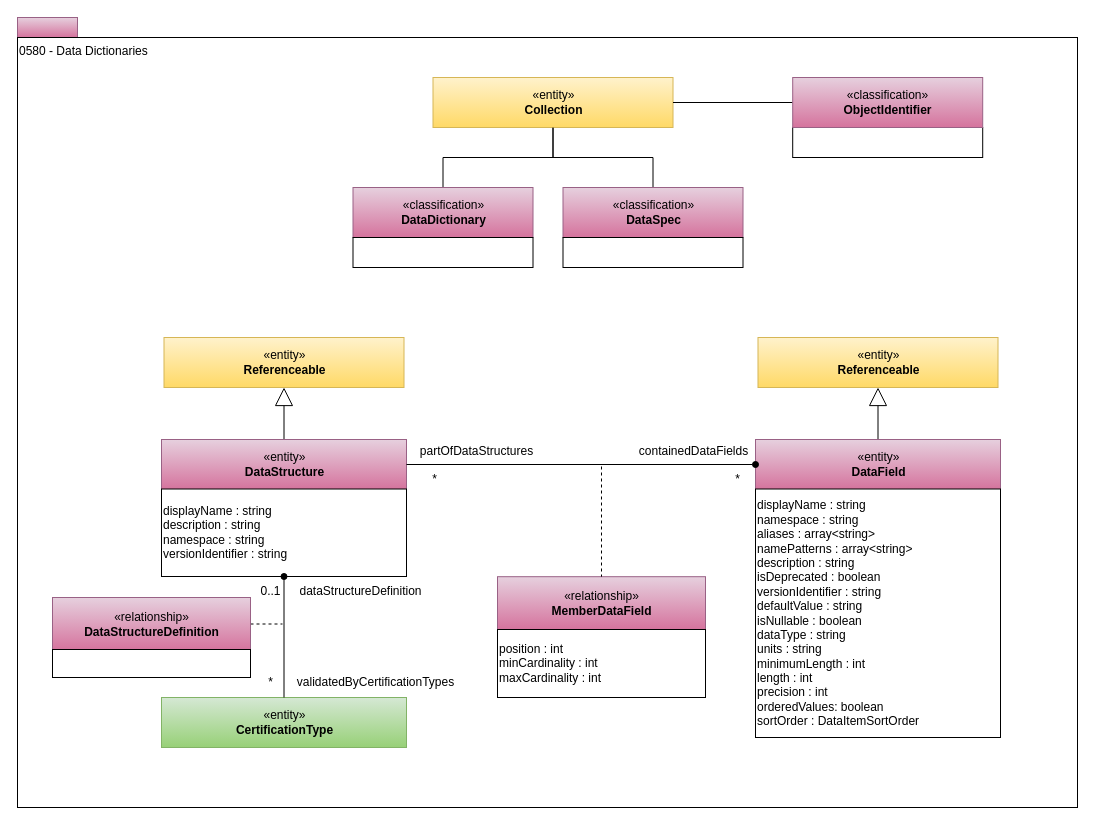
This is page "0580-Data-Dictionaries" (34 of 36) of site/docs/types/5/area-5-models-and-schema.drawio from odpi/egeria-docs, a draw.io file, before an edit. Source tidied: cells renumbered, new cells numbered last; positions are measured from the earlier drawing's top-left corner, leaving out a move shared by most shapes. Both pictures are drawn from the tidied source at 100%, with x=0, y=0 at pixel (17, 17).
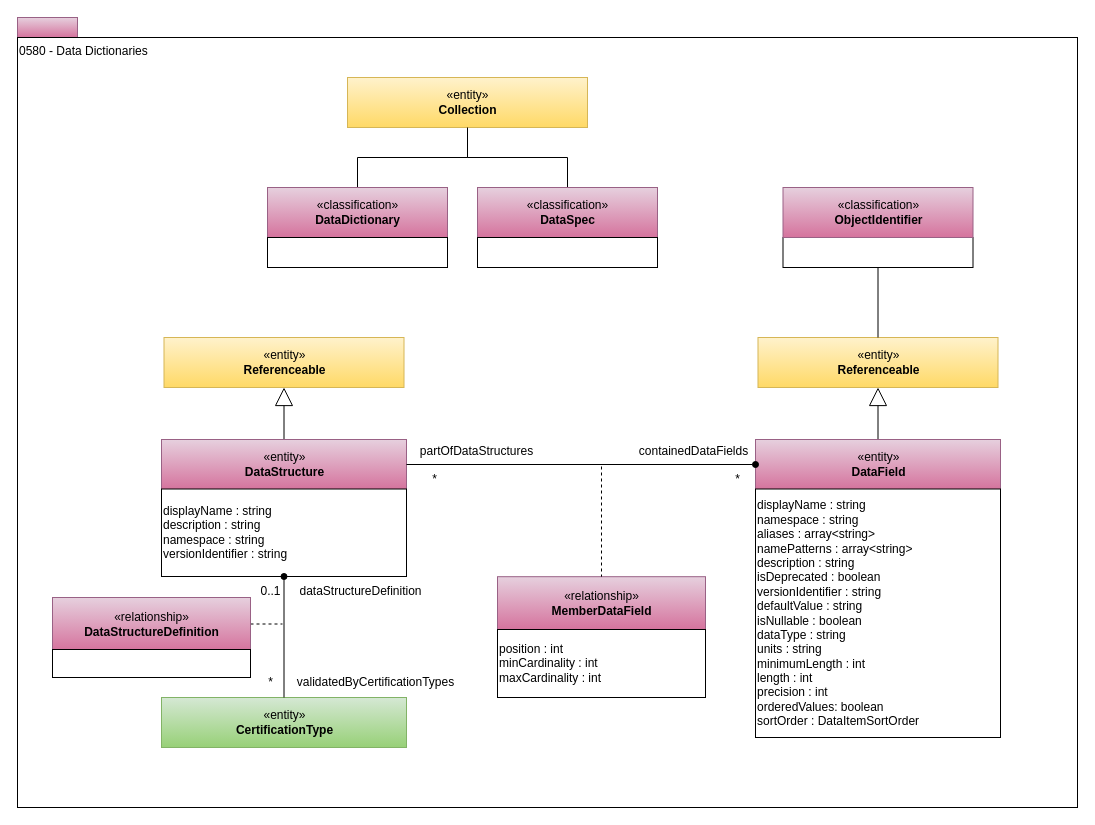
After the change.

Unchanged cells that the change refers to:
```xml
<mxCell id="15" value="«entity»&lt;br&gt;&lt;b&gt;Referenceable&lt;/b&gt;" style="html=1;strokeColor=#d6b656;align=center;fillColor=#fff2cc;gradientColor=#ffd966;" parent="1" vertex="1">
  <mxGeometry x="740.5" y="320" width="240" height="50" as="geometry" />
</mxCell>
```

Change to the diagram source:
```diff
@@
     <mxCell id="9" value="«entity»&lt;br&gt;&lt;b&gt;Collection&lt;/b&gt;" style="html=1;strokeColor=#d6b656;align=center;fillColor=#fff2cc;gradientColor=#ffd966;" parent="1" vertex="1">
-      <mxGeometry x="415.5" y="60" width="240" height="50" as="geometry" />
+      <mxGeometry x="330" y="60" width="240" height="50" as="geometry" />
     </mxCell>
     <mxCell id="10" value="«classification»&lt;br&gt;&lt;b&gt;DataSpec&lt;/b&gt;" style="html=1;strokeColor=#996185;align=center;fillColor=#e6d0de;gradientColor=#d5739d;" parent="1" vertex="1">
-      <mxGeometry x="545.5" y="170" width="180" height="50" as="geometry" />
+      <mxGeometry x="460" y="170" width="180" height="50" as="geometry" />
     </mxCell>
     <mxCell id="11" style="rounded=0;whiteSpace=wrap;html=1;align=left;" parent="1" vertex="1">
-      <mxGeometry x="545.5" y="220" width="180" height="30" as="geometry" />
+      <mxGeometry x="460" y="220" width="180" height="30" as="geometry" />
     </mxCell>
@@
     <mxCell id="17" value="«classification»&lt;br&gt;&lt;b&gt;DataDictionary&lt;/b&gt;" style="html=1;strokeColor=#996185;align=center;fillColor=#e6d0de;gradientColor=#d5739d;" parent="1" vertex="1">
-      <mxGeometry x="335.5" y="170" width="180" height="50" as="geometry" />
+      <mxGeometry x="250" y="170" width="180" height="50" as="geometry" />
     </mxCell>
     <mxCell id="18" style="rounded=0;whiteSpace=wrap;html=1;align=left;" parent="1" vertex="1">
-      <mxGeometry x="335.5" y="220" width="180" height="30" as="geometry" />
+      <mxGeometry x="250" y="220" width="180" height="30" as="geometry" />
     </mxCell>
@@
     <mxCell id="27" value="&lt;br&gt;&lt;div style=&quot;text-align: left&quot;&gt;&lt;/div&gt;" style="rounded=0;whiteSpace=wrap;html=1;strokeColor=#000000;gradientColor=#ffffff;align=left;" parent="1" vertex="1">
-      <mxGeometry x="775.2" y="110" width="190" height="30" as="geometry" />
+      <mxGeometry x="765.5" y="220" width="190" height="30" as="geometry" />
     </mxCell>
-    <mxCell id="28" style="rounded=0;jettySize=auto;html=1;endArrow=none;endFill=0;entryX=1;entryY=0.5;entryDx=0;entryDy=0;exitX=0;exitY=0.5;exitDx=0;exitDy=0;" parent="1" edge="1" source="29" target="9">
+    <mxCell id="28" style="rounded=0;jettySize=auto;html=1;endArrow=none;endFill=0;entryX=0.5;entryY=0;entryDx=0;entryDy=0;exitX=0.5;exitY=1;exitDx=0;exitDy=0;" parent="1" edge="1" source="27" target="15">
       <mxGeometry relative="1" as="geometry" />
     </mxCell>
     <mxCell id="29" value="«classification»&lt;br&gt;&lt;b&gt;ObjectIdentifier&lt;/b&gt;" style="html=1;strokeColor=#996185;align=center;fillColor=#e6d0de;gradientColor=#d5739d;" parent="1" vertex="1">
-      <mxGeometry x="775.2" y="60" width="190" height="50" as="geometry" />
+      <mxGeometry x="765.5" y="170" width="190" height="50" as="geometry" />
     </mxCell>
```
